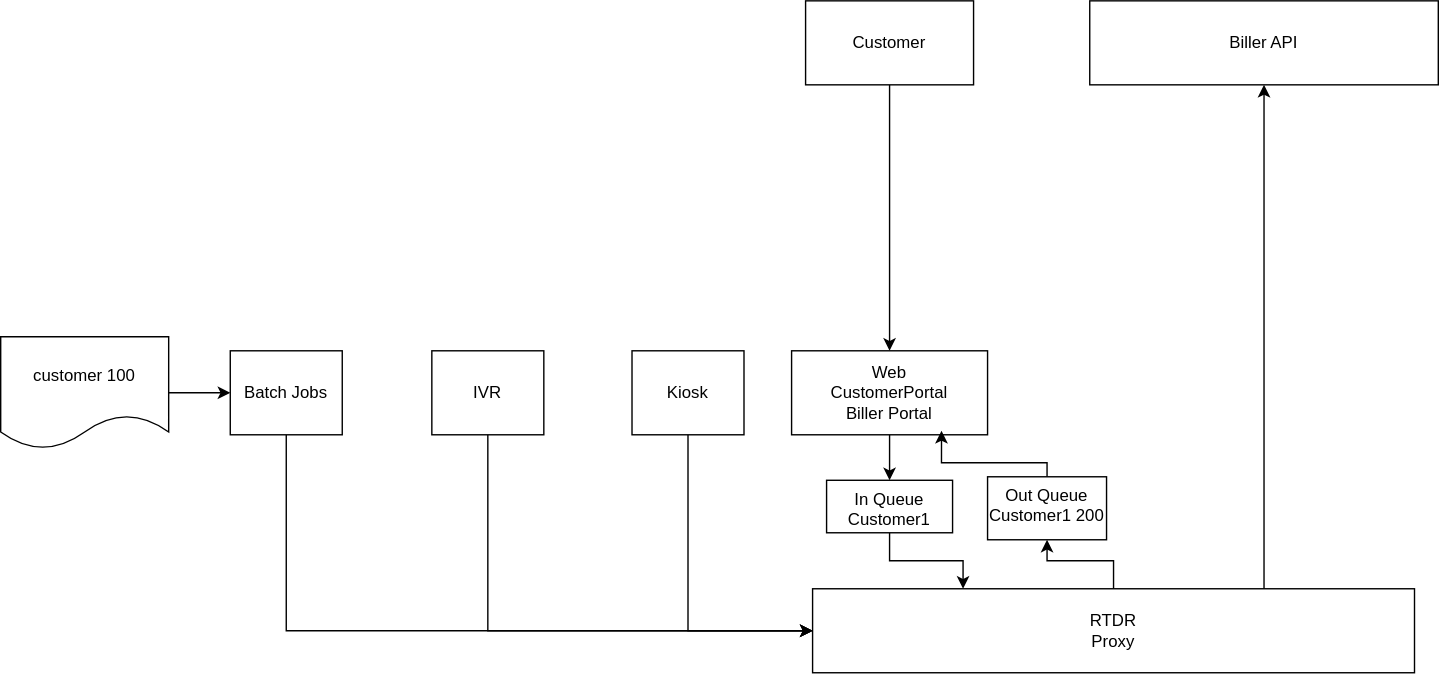
This is rtdr.svg from vjavle/invoicecloud, a draw.io export, as it was before one commit. Source tidied: cells renumbered, new cells last; positions are measured from the earlier drawing's top-left corner, leaving out a move shared by most shapes.
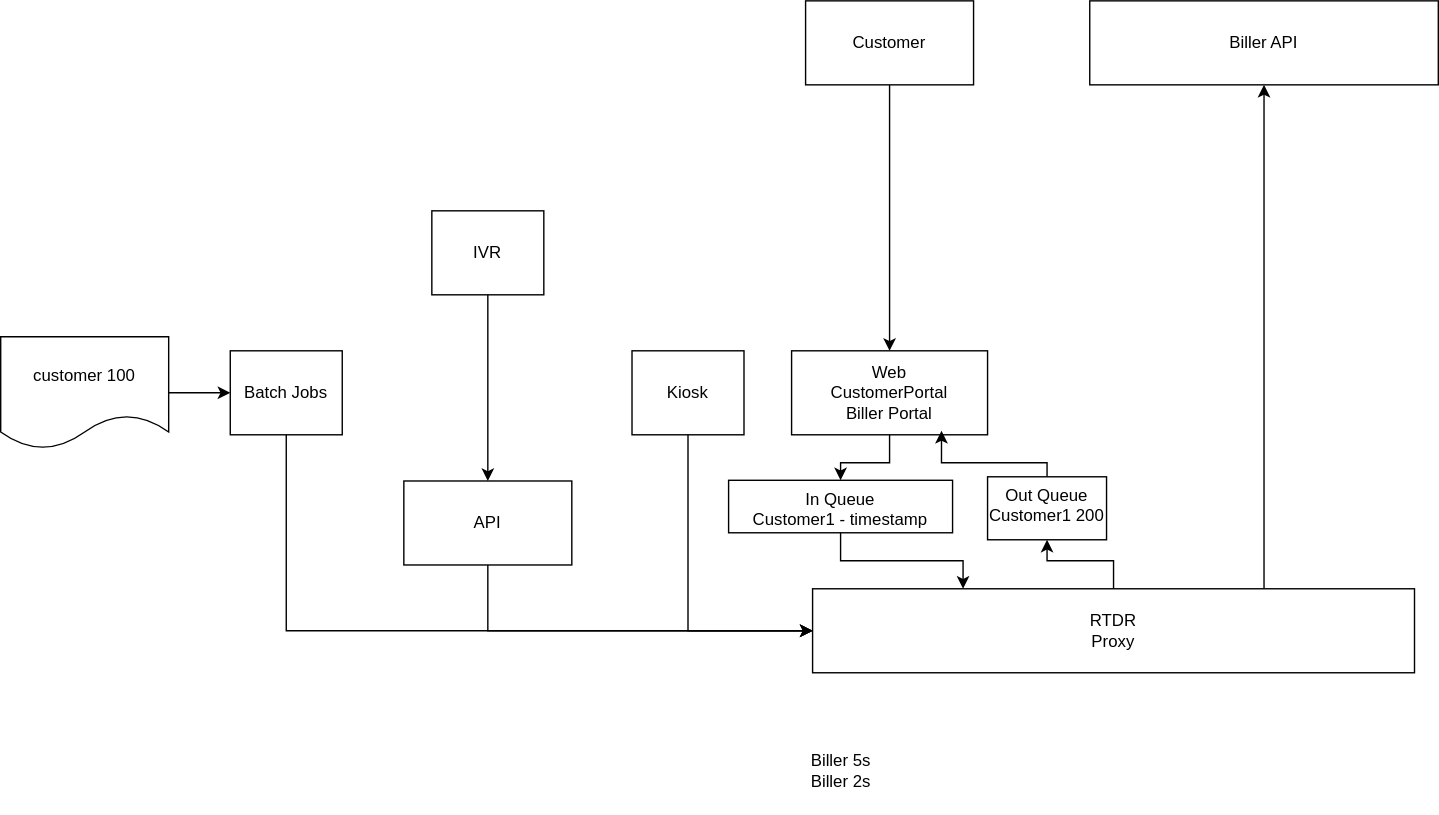
The same file after the commit.

Diff of the diagram source:
```diff
@@ -26,15 +26,11 @@
     <mxCell id="9" value="Customer" style="rounded=0;whiteSpace=wrap;html=1;" parent="1" vertex="1">
       <mxGeometry x="575" width="120" height="60" as="geometry" />
     </mxCell>
-    <mxCell id="10" style="edgeStyle=orthogonalEdgeStyle;rounded=0;jettySize=auto;html=1;entryX=0;entryY=0.5;entryDx=0;entryDy=0;startArrow=none;startFill=0;endArrow=classic;endFill=1;" parent="1" edge="1" source="11" target="5">
-      <mxGeometry relative="1" as="geometry">
-        <Array as="points">
-          <mxPoint x="348" y="450" />
-        </Array>
-      </mxGeometry>
-    </mxCell>
+    <mxCell id="22" style="edgeStyle=orthogonalEdgeStyle;rounded=0;jettySize=auto;html=1;startArrow=none;startFill=0;endArrow=classic;endFill=1;" parent="1" edge="1" source="11" target="24">
+      <mxGeometry relative="1" as="geometry" />
+    </mxCell>
     <mxCell id="11" value="IVR" style="rounded=0;whiteSpace=wrap;html=1;" parent="1" vertex="1">
-      <mxGeometry x="308" y="250" width="80" height="60" as="geometry" />
+      <mxGeometry x="308" y="150" width="80" height="60" as="geometry" />
     </mxCell>
     <mxCell id="12" style="edgeStyle=orthogonalEdgeStyle;rounded=0;jettySize=auto;html=1;entryX=0;entryY=0.5;entryDx=0;entryDy=0;startArrow=none;startFill=0;endArrow=classic;endFill=1;exitX=0.5;exitY=1;exitDx=0;exitDy=0;" parent="1" edge="1" source="13" target="5">
       <mxGeometry relative="1" as="geometry" />
@@ -61,8 +57,8 @@
     <mxCell id="18" style="edgeStyle=orthogonalEdgeStyle;rounded=0;jettySize=auto;html=1;entryX=0.25;entryY=0;entryDx=0;entryDy=0;startArrow=none;startFill=0;endArrow=classic;endFill=1;" parent="1" edge="1" source="19" target="5">
       <mxGeometry relative="1" as="geometry" />
     </mxCell>
-    <mxCell id="19" value="In Queue&lt;br&gt;Customer1" style="rounded=0;whiteSpace=wrap;html=1;verticalAlign=top;" parent="1" vertex="1">
-      <mxGeometry x="590" y="342.5" width="90" height="37.5" as="geometry" />
+    <mxCell id="19" value="In Queue&lt;br&gt;Customer1 - timestamp" style="rounded=0;whiteSpace=wrap;html=1;verticalAlign=top;" parent="1" vertex="1">
+      <mxGeometry x="520" y="342.5" width="160" height="37.5" as="geometry" />
     </mxCell>
     <mxCell id="20" style="edgeStyle=orthogonalEdgeStyle;rounded=0;jettySize=auto;html=1;entryX=0.765;entryY=0.953;entryDx=0;entryDy=0;entryPerimeter=0;startArrow=none;startFill=0;endArrow=classic;endFill=1;" parent="1" edge="1" source="21" target="3">
       <mxGeometry relative="1" as="geometry">
@@ -75,5 +71,18 @@
     <mxCell id="21" value="Out Queue&lt;br&gt;Customer1 200" style="rounded=0;whiteSpace=wrap;html=1;verticalAlign=top;" parent="1" vertex="1">
       <mxGeometry x="705" y="340" width="85" height="45" as="geometry" />
     </mxCell>
+    <mxCell id="23" style="edgeStyle=orthogonalEdgeStyle;rounded=0;jettySize=auto;html=1;entryX=0;entryY=0.5;entryDx=0;entryDy=0;startArrow=none;startFill=0;endArrow=classic;endFill=1;" parent="1" edge="1" source="24" target="5">
+      <mxGeometry relative="1" as="geometry">
+        <Array as="points">
+          <mxPoint x="348" y="450" />
+        </Array>
+      </mxGeometry>
+    </mxCell>
+    <mxCell id="24" value="API" style="rounded=0;whiteSpace=wrap;html=1;" parent="1" vertex="1">
+      <mxGeometry x="288" y="343" width="120" height="60" as="geometry" />
+    </mxCell>
+    <mxCell id="25" value="Biller 5s&lt;br&gt;Biller 2s" style="text;html=1;strokeColor=none;fillColor=none;align=center;verticalAlign=middle;whiteSpace=wrap;rounded=0;" parent="1" vertex="1">
+      <mxGeometry x="451" y="520" width="299" height="60" as="geometry" />
+    </mxCell>
   </root>
 </mxGraphModel>
```
